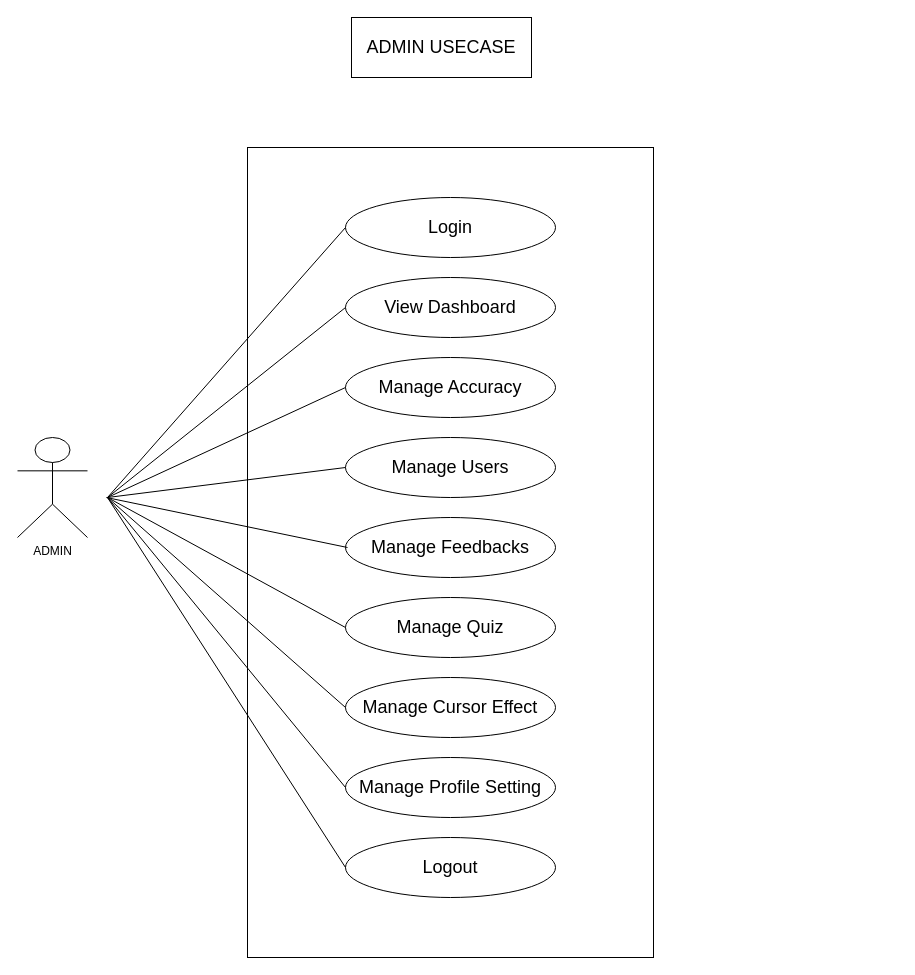
The draw.io diagram Diagrams/Usecase/Admin_Usecase_AI.drawio in JiminaShiko/ASLT, before the edit. Source tidied: cells renumbered, new cells numbered last; positions are measured from the earlier drawing's top-left corner, leaving out a move shared by most shapes. Both pictures are drawn from the tidied source at 100%, with x=0, y=0 at pixel (17, 17).
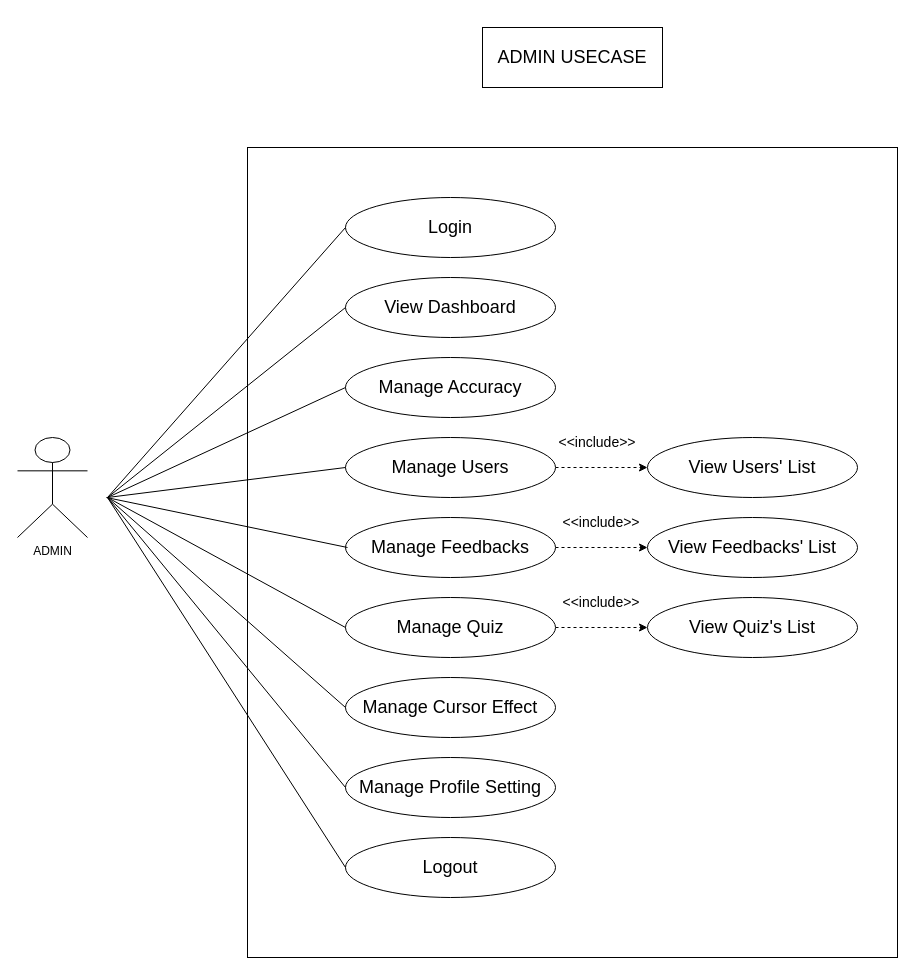
Above is the later version.

Unchanged cells that the change refers to:
```xml
<mxCell id="7" value="&lt;span style=&quot;font-size: 18px;&quot;&gt;Manage Users&lt;/span&gt;" style="ellipse;whiteSpace=wrap;html=1;shapeInside=1;" parent="1" vertex="1">
  <mxGeometry x="328" y="420" width="210" height="60" as="geometry" />
</mxCell>
<mxCell id="8" value="&lt;span style=&quot;font-size: 18px;&quot;&gt;Manage Feedbacks&lt;/span&gt;" style="ellipse;whiteSpace=wrap;html=1;shapeInside=1;" parent="1" vertex="1">
  <mxGeometry x="328" y="500" width="210" height="60" as="geometry" />
</mxCell>
<mxCell id="9" value="&lt;span style=&quot;font-size: 18px;&quot;&gt;Manage Quiz&lt;/span&gt;" style="ellipse;whiteSpace=wrap;html=1;shapeInside=1;" parent="1" vertex="1">
  <mxGeometry x="328" y="580" width="210" height="60" as="geometry" />
</mxCell>
```

What changed in the source:
```diff
@@
     <mxCell id="3" style="rounded=0;whiteSpace=wrap;html=1;" parent="1" vertex="1">
-      <mxGeometry x="230" y="130" width="406" height="810" as="geometry" />
+      <mxGeometry x="230" y="130" width="650" height="810" as="geometry" />
     </mxCell>
@@
+    <mxCell id="23" style="edgeStyle=orthogonalEdgeStyle;rounded=0;jettySize=auto;html=1;exitX=1;exitY=0.5;exitDx=0;exitDy=0;entryX=0;entryY=0.5;entryDx=0;entryDy=0;defaultLabelBackgroundColor=page;dashed=1;" parent="1" edge="1" source="7" target="26">
+      <mxGeometry relative="1" as="geometry" />
+    </mxCell>
@@
+    <mxCell id="24" style="edgeStyle=orthogonalEdgeStyle;rounded=0;jettySize=auto;html=1;exitX=1;exitY=0.5;exitDx=0;exitDy=0;entryX=0;entryY=0.5;entryDx=0;entryDy=0;defaultLabelBackgroundColor=page;dashed=1;" parent="1" edge="1" source="8" target="27">
+      <mxGeometry relative="1" as="geometry" />
+    </mxCell>
@@
+    <mxCell id="25" style="edgeStyle=orthogonalEdgeStyle;rounded=0;jettySize=auto;html=1;exitX=1;exitY=0.5;exitDx=0;exitDy=0;entryX=0;entryY=0.5;entryDx=0;entryDy=0;defaultLabelBackgroundColor=page;dashed=1;" parent="1" edge="1" source="9" target="28">
+      <mxGeometry relative="1" as="geometry" />
+    </mxCell>
@@
     <mxCell id="22" value="&lt;font style=&quot;font-size: 18px;&quot;&gt;ADMIN USECASE&lt;/font&gt;" style="rounded=0;whiteSpace=wrap;html=1;" parent="1" vertex="1">
-      <mxGeometry x="334" width="180" height="60" as="geometry" />
+      <mxGeometry x="465" y="10" width="180" height="60" as="geometry" />
     </mxCell>
+    <mxCell id="26" value="&lt;font style=&quot;font-size: 18px;&quot;&gt;View Users' List&lt;/font&gt;" style="ellipse;whiteSpace=wrap;html=1;shapeInside=1;" parent="1" vertex="1">
+      <mxGeometry x="630" y="420" width="210" height="60" as="geometry" />
+    </mxCell>
+    <mxCell id="27" value="&lt;font style=&quot;font-size: 18px;&quot;&gt;View Feedbacks' List&lt;/font&gt;" style="ellipse;whiteSpace=wrap;html=1;shapeInside=1;" parent="1" vertex="1">
+      <mxGeometry x="630" y="500" width="210" height="60" as="geometry" />
+    </mxCell>
+    <mxCell id="28" value="&lt;font style=&quot;font-size: 18px;&quot;&gt;View Quiz's List&lt;/font&gt;" style="ellipse;whiteSpace=wrap;html=1;shapeInside=1;" parent="1" vertex="1">
+      <mxGeometry x="630" y="580" width="210" height="60" as="geometry" />
+    </mxCell>
+    <mxCell id="29" value="&lt;font style=&quot;font-size: 14px;&quot;&gt;&amp;lt;&amp;lt;include&amp;gt;&amp;gt;&lt;/font&gt;" style="text;html=1;whiteSpace=wrap;strokeColor=none;fillColor=none;align=center;verticalAlign=middle;rounded=0;" parent="1" vertex="1">
+      <mxGeometry x="550" y="410" width="60" height="30" as="geometry" />
+    </mxCell>
+    <mxCell id="30" value="&lt;font style=&quot;font-size: 14px;&quot;&gt;&amp;lt;&amp;lt;include&amp;gt;&amp;gt;&lt;/font&gt;" style="text;html=1;whiteSpace=wrap;strokeColor=none;fillColor=none;align=center;verticalAlign=middle;rounded=0;" parent="1" vertex="1">
+      <mxGeometry x="554" y="490" width="60" height="30" as="geometry" />
+    </mxCell>
+    <mxCell id="31" value="&lt;font style=&quot;font-size: 14px;&quot;&gt;&amp;lt;&amp;lt;include&amp;gt;&amp;gt;&lt;/font&gt;" style="text;html=1;whiteSpace=wrap;strokeColor=none;fillColor=none;align=center;verticalAlign=middle;rounded=0;" parent="1" vertex="1">
+      <mxGeometry x="554" y="570" width="60" height="30" as="geometry" />
+    </mxCell>
```
